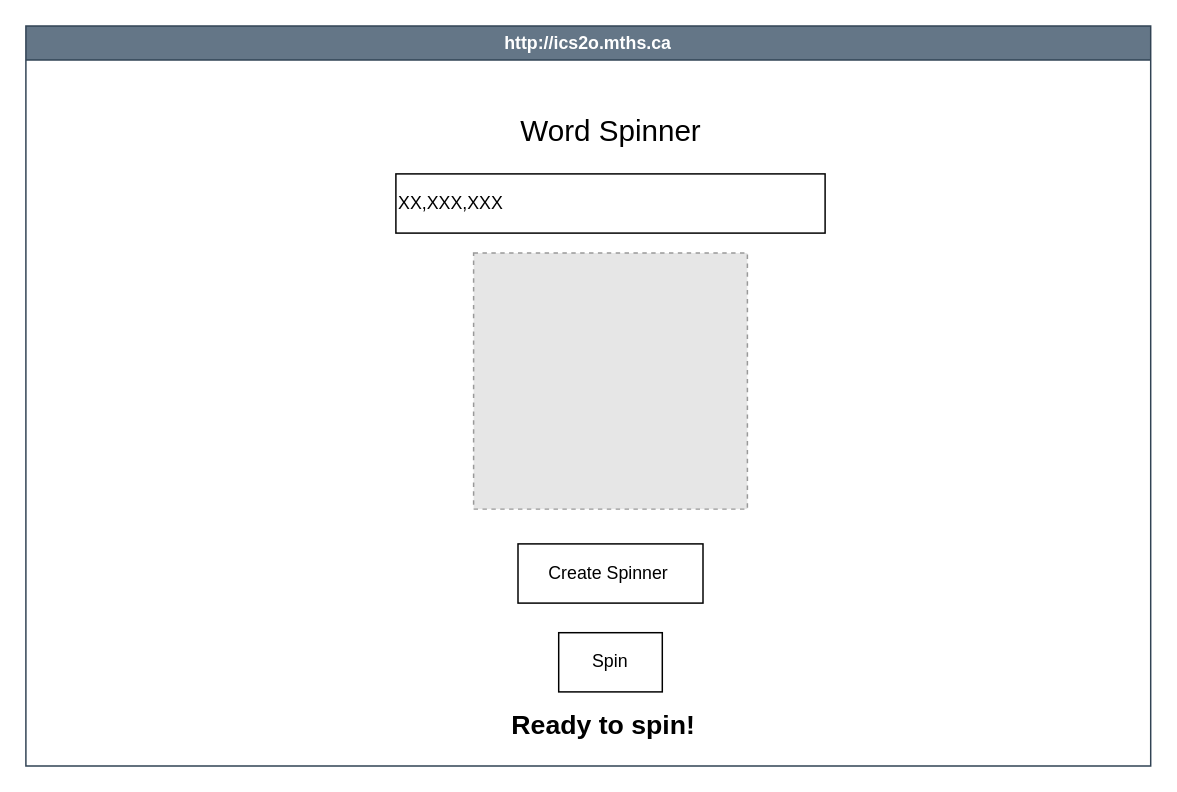
Above: design/storyboardresult.drawio in MTHS-ICD2O-1-2024/ICD2O-Final-Project-shanea.jaromay (draw.io), before the change. Source tidied: cells renumbered, new cells numbered last; positions are measured from the earlier drawing's top-left corner, leaving out a move shared by most shapes. Both pictures are drawn from the tidied source at 148%, with x=0, y=0 at pixel (25, 25). Pictures stored in the file or linked from it are replaced by grey dashed boxes.
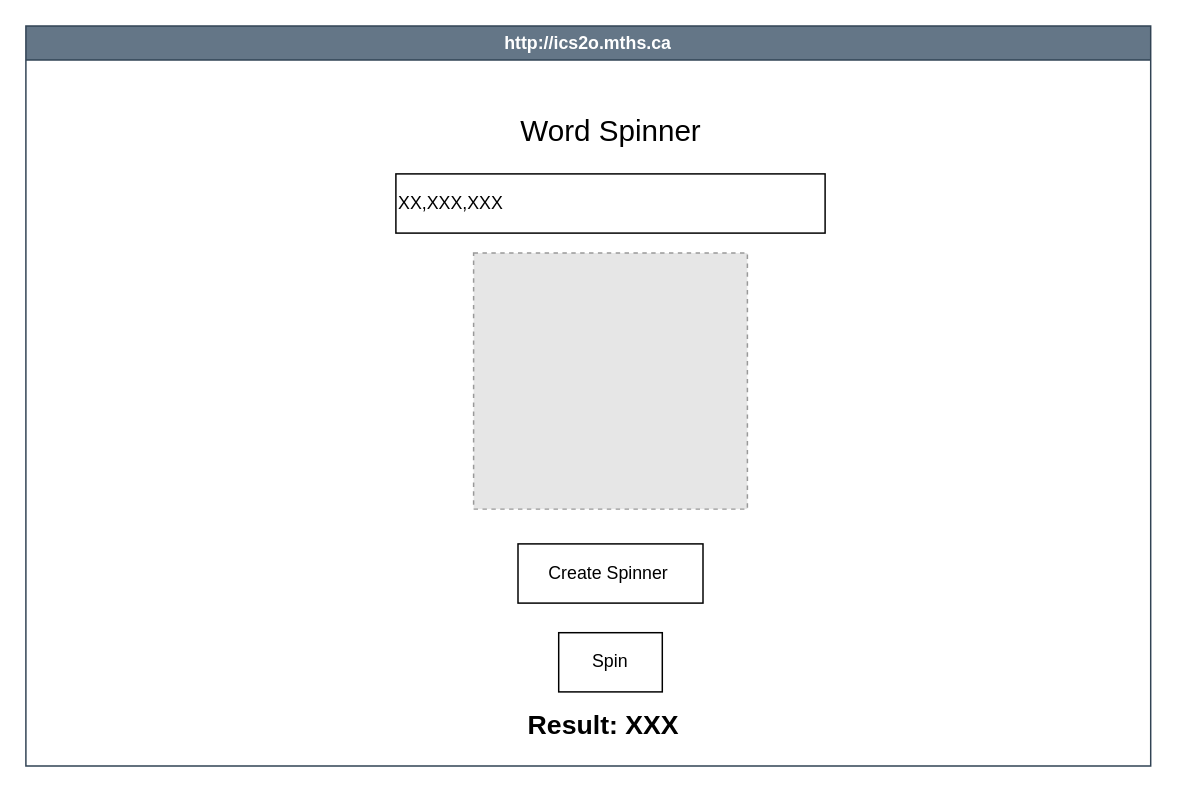
After the change.

The edit, as a diff of the source:
```diff
@@
 <mxGraphModel>
   <root>
     <mxCell id="0" />
     <mxCell id="1" parent="0" />
     <mxCell id="2" value="http://ics2o.mths.ca" style="swimlane;whiteSpace=wrap;html=1;fillColor=#647687;strokeColor=#314354;fontColor=#ffffff;" parent="1" vertex="1">
       <mxGeometry width="760" height="500" as="geometry" />
     </mxCell>
     <mxCell id="3" value="&lt;font style=&quot;font-size: 20px;&quot;&gt;Word Spinner&lt;/font&gt;" style="text;html=1;align=center;verticalAlign=middle;strokeColor=none;fillColor=none;" parent="2" vertex="1">
       <mxGeometry x="320" y="50" width="150" height="40" as="geometry" />
     </mxCell>
     <mxCell id="4" value="XX,XXX,XXX" style="whiteSpace=wrap;html=1;align=left;" parent="2" vertex="1">
       <mxGeometry x="250" y="100" width="290" height="40" as="geometry" />
     </mxCell>
     <mxCell id="5" style="fillColor=#E6E6E6;strokeColor=#999999;dashed=1;verticalLabelPosition=bottom;labelBackgroundColor=default;verticalAlign=top;" parent="2" vertex="1">
       <mxGeometry x="302.5" y="153.5" width="185" height="173" as="geometry" />
     </mxCell>
     <mxCell id="6" value="Create Spinner&amp;nbsp;" style="whiteSpace=wrap;html=1;" parent="2" vertex="1">
       <mxGeometry x="332.5" y="350" width="125" height="40" as="geometry" />
     </mxCell>
     <mxCell id="7" value="Spin" style="whiteSpace=wrap;html=1;" parent="2" vertex="1">
       <mxGeometry x="360" y="410" width="70" height="40" as="geometry" />
     </mxCell>
-    <mxCell id="8" value="&lt;b&gt;&lt;font style=&quot;font-size: 18px;&quot;&gt;Ready to spin!&lt;/font&gt;&lt;/b&gt;" style="text;html=1;align=center;verticalAlign=middle;strokeColor=none;fillColor=none;" parent="1" vertex="1">
-      <mxGeometry x="315" y="453" width="150" height="40" as="geometry" />
+    <mxCell id="8" value="&lt;span style=&quot;font-size: 18px;&quot;&gt;&lt;b&gt;Result: XXX&lt;/b&gt;&lt;/span&gt;" style="text;html=1;align=center;verticalAlign=middle;strokeColor=none;fillColor=none;" parent="1" vertex="1">
+      <mxGeometry x="325" y="453" width="130" height="40" as="geometry" />
     </mxCell>
   </root>
 </mxGraphModel>
```
